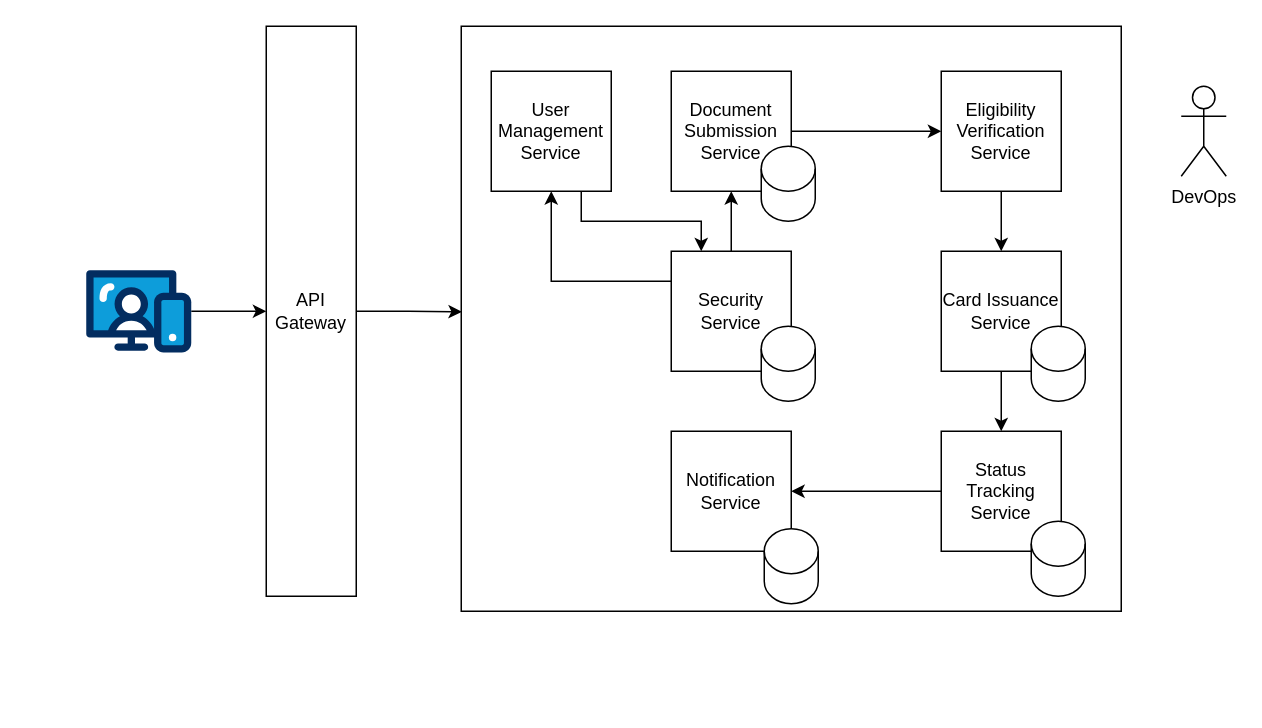
Above: microservices.drawio in thammarat-ai/diagram-se (draw.io), before the change. Source tidied: cells renumbered, new cells numbered last; positions are measured from the earlier drawing's top-left corner, leaving out a move shared by most shapes. Both pictures are drawn from the tidied source at 150%, with x=0, y=0 at pixel (86, 26).
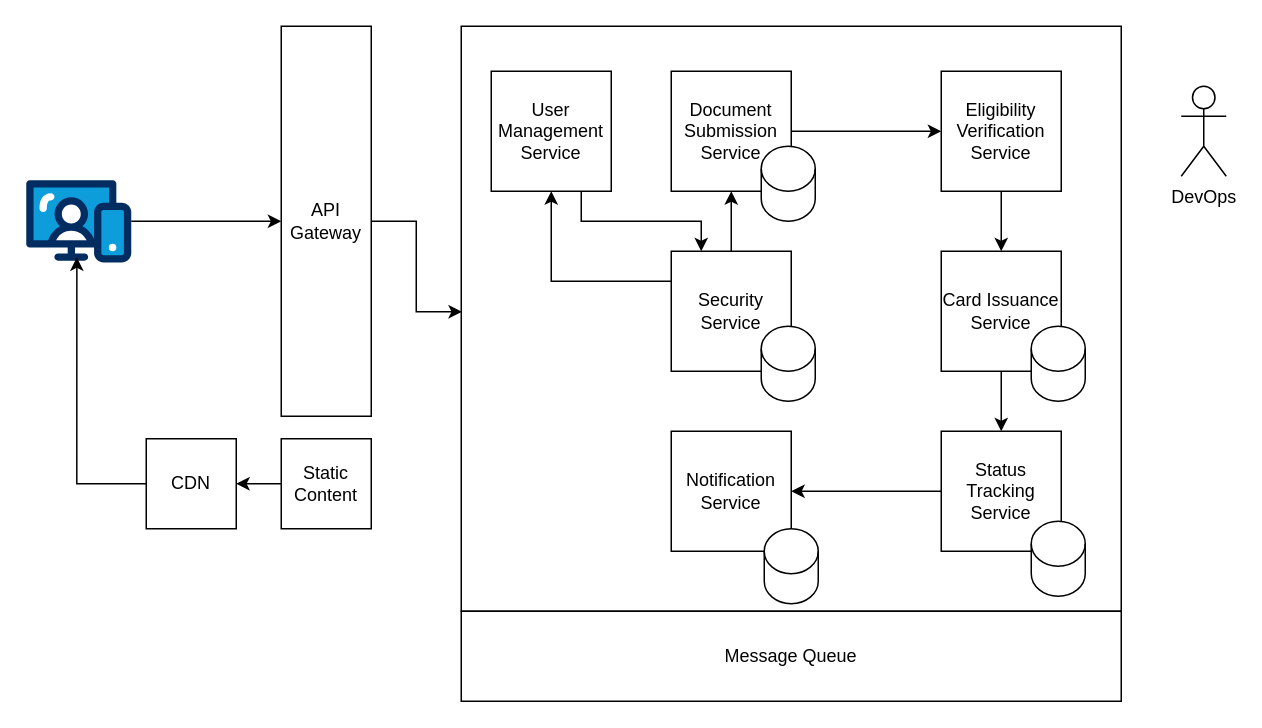
The same page after the edit.

Change to the diagram source:
```diff
@@
     <mxCell id="2" value="API Gateway" style="rounded=0;whiteSpace=wrap;html=1;" parent="1" vertex="1">
-      <mxGeometry x="120" width="60" height="380" as="geometry" />
+      <mxGeometry x="130" width="60" height="260" as="geometry" />
     </mxCell>
@@
     <mxCell id="26" style="verticalLabelPosition=bottom;html=1;shape=mxgraph.salesforce.web;" parent="1" vertex="1">
-      <mxGeometry y="162.4" width="70" height="55.3" as="geometry" />
+      <mxGeometry x="-40" y="102.4" width="70" height="55.3" as="geometry" />
     </mxCell>
@@
+    <mxCell id="28" value="Message Queue" style="rounded=0;whiteSpace=wrap;html=1;" parent="1" vertex="1">
+      <mxGeometry x="250" y="390" width="440" height="60" as="geometry" />
+    </mxCell>
+    <mxCell id="29" style="edgeStyle=orthogonalEdgeStyle;rounded=0;jettySize=auto;html=1;exitX=0;exitY=0.5;exitDx=0;exitDy=0;entryX=1;entryY=0.5;entryDx=0;entryDy=0;" parent="1" edge="1" source="30" target="31">
+      <mxGeometry relative="1" as="geometry" />
+    </mxCell>
+    <mxCell id="30" value="Static Content" style="rounded=0;whiteSpace=wrap;html=1;" parent="1" vertex="1">
+      <mxGeometry x="130" y="275" width="60" height="60" as="geometry" />
+    </mxCell>
+    <mxCell id="31" value="CDN" style="rounded=0;whiteSpace=wrap;html=1;" parent="1" vertex="1">
+      <mxGeometry x="40" y="275" width="60" height="60" as="geometry" />
+    </mxCell>
+    <mxCell id="32" style="edgeStyle=orthogonalEdgeStyle;rounded=0;jettySize=auto;html=1;exitX=0;exitY=0.5;exitDx=0;exitDy=0;entryX=0.482;entryY=0.937;entryDx=0;entryDy=0;entryPerimeter=0;" parent="1" edge="1" source="31" target="26">
+      <mxGeometry relative="1" as="geometry" />
+    </mxCell>
```
